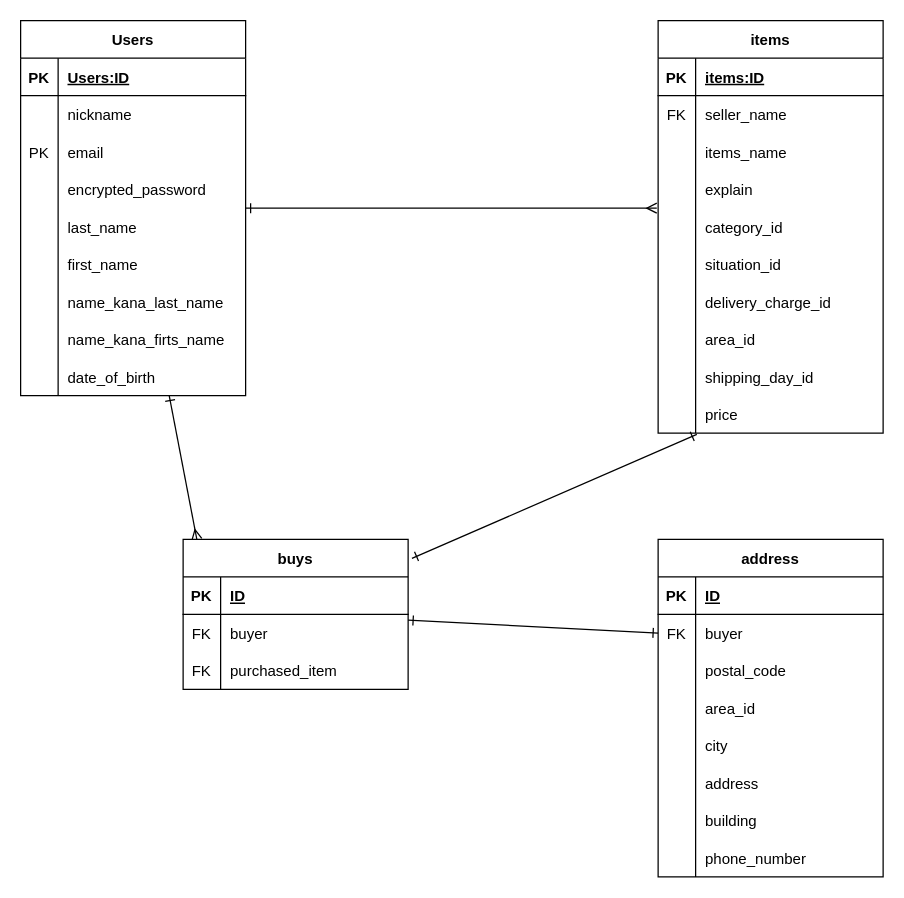
Earlier version of the draw.io diagram ER図.dio (hiro1425/furima-40311). Source tidied: cells renumbered, new cells numbered last; positions are measured from the earlier drawing's top-left corner, leaving out a move shared by most shapes. Both pictures are drawn from the tidied source at 125%, with x=0, y=0 at pixel (20, 20).
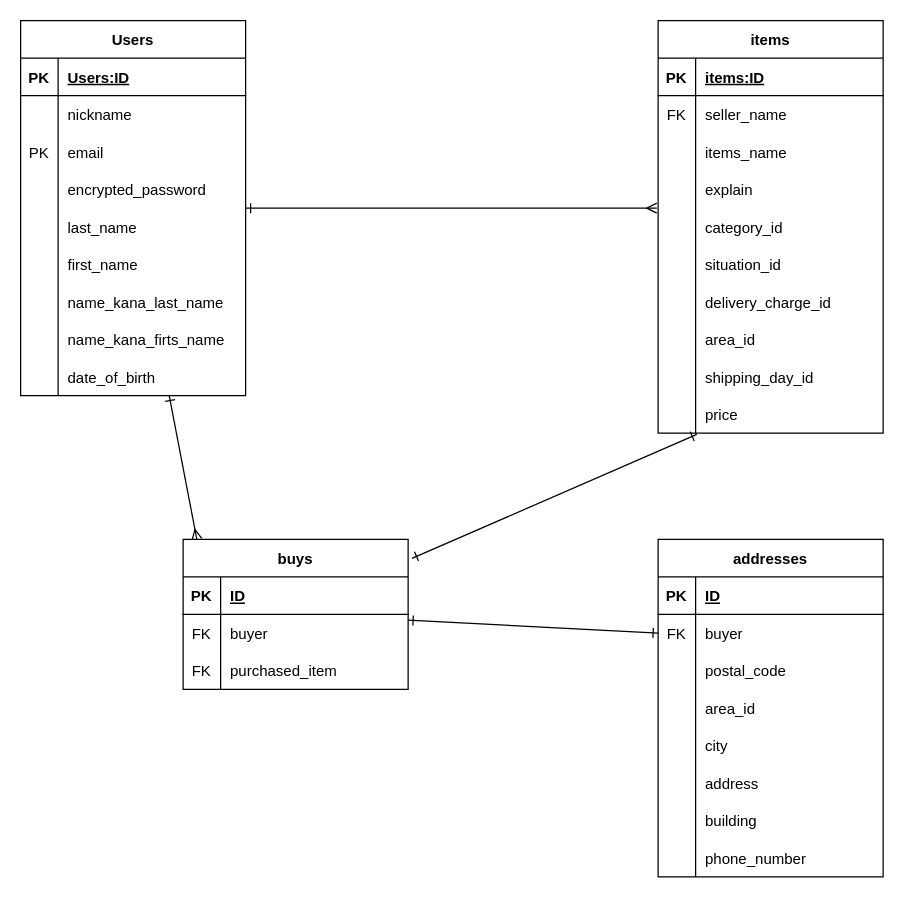
Above is the later version.

Commit message (it also covers changes not shown here):
DB設計.再修正版

The edit, as a diff of the source:
```diff
@@
-    <mxCell id="75" value="address" style="shape=table;startSize=30;childLayout=tableLayout;rowLines=0;fontStyle=1;align=center;" parent="1" vertex="1">
+    <mxCell id="75" value="addresses" style="shape=table;startSize=30;childLayout=tableLayout;rowLines=0;fontStyle=1;align=center;" parent="1" vertex="1">
       <mxGeometry x="510" y="415" width="180" height="270" as="geometry" />
     </mxCell>
```
